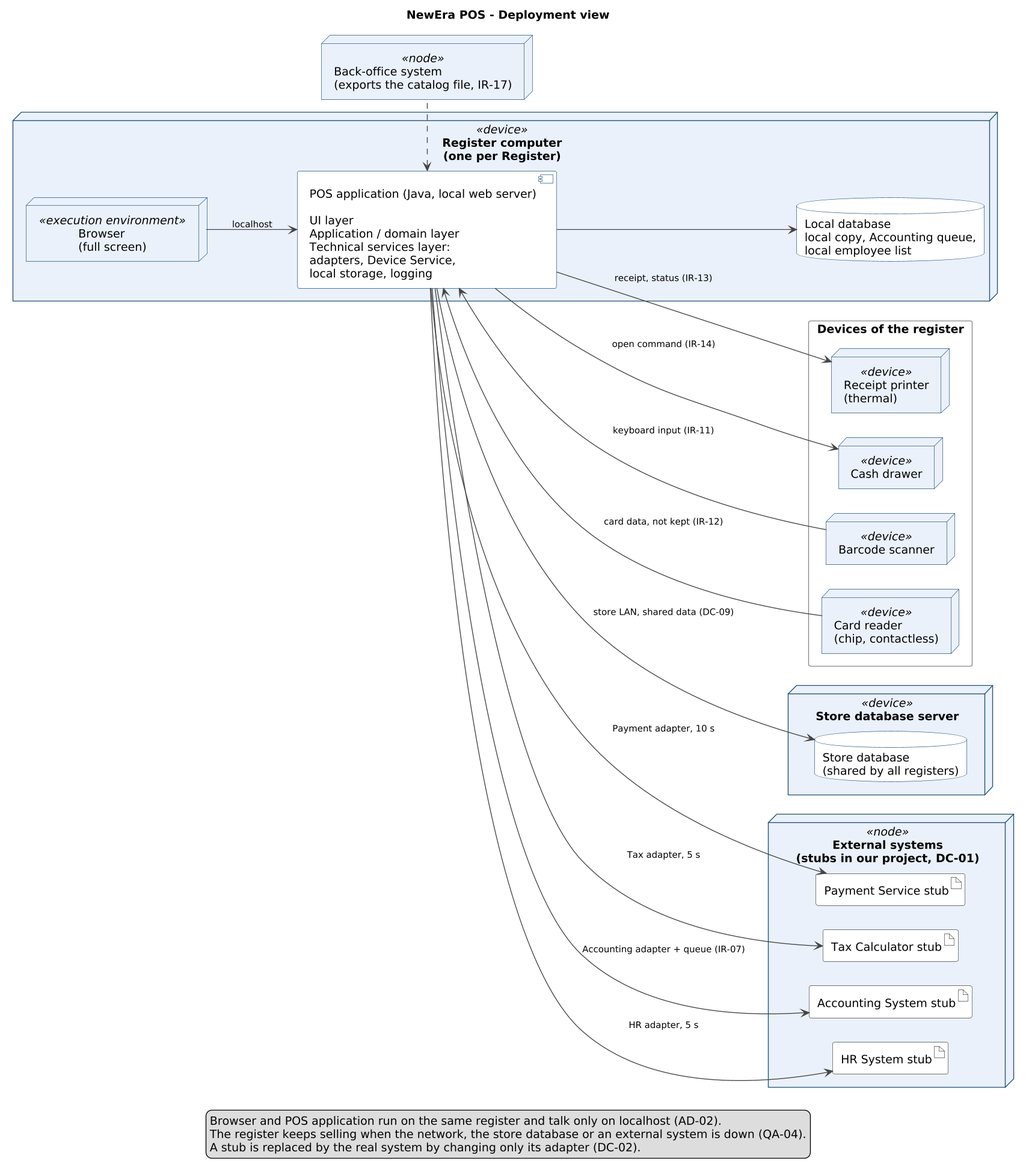
Before: assets/architecture_deployment.png, a diagram exported from PlantUML (bhsei/26D). Source of this version:
```plantuml
@startuml

left to right direction
skinparam shadowing false
skinparam dpi 130
skinparam defaultFontName Arial
skinparam ArrowColor #444444
skinparam ArrowFontSize 11
skinparam nodesep 30
skinparam ranksep 60
skinparam NodeBorderColor #1F4E79
skinparam NodeBackgroundColor #EAF1FB
skinparam ComponentBorderColor #1F4E79
skinparam ComponentBackgroundColor #FFFFFF
skinparam DatabaseBorderColor #1F4E79
skinparam DatabaseBackgroundColor #FFFFFF
skinparam ArtifactBorderColor #444444
skinparam ArtifactBackgroundColor #FFFFFF
skinparam RectangleBorderColor #888888
skinparam RectangleBackgroundColor #FFFFFF
skinparam NoteBackgroundColor #FFF8DC
skinparam NoteBorderColor #B8A04A

title NewEra POS - Deployment view

rectangle "Devices of the register" as Devices {
  node "Barcode scanner" as Scanner <<device>>
  node "Card reader\n(chip, contactless)" as CardReader <<device>>
  node "Receipt printer\n(thermal)" as Printer <<device>>
  node "Cash drawer" as Drawer <<device>>
}

node "Register computer\n(one per Register)" as Reg <<device>> {
  node "Browser\n(full screen)" as Browser <<execution environment>>
  component "POS application (Java, local web server)\n\nUI layer\nApplication / domain layer\nTechnical services layer:\nadapters, Device Service,\nlocal storage, logging" as Pos
  database "Local database\nlocal copy, Accounting queue,\nlocal employee list" as Local
}

node "Store database server" as StoreSrv <<device>> {
  database "Store database\n(shared by all registers)" as StoreDB
}

node "Back-office system\n(exports the catalog file, IR-17)" as BO <<node>>

node "External systems\n(stubs in our project, DC-01)" as Ext <<node>> {
  artifact "Payment Service stub" as PayStub
  artifact "Tax Calculator stub" as TaxStub
  artifact "Accounting System stub" as AccStub
  artifact "HR System stub" as HRStub
}

Scanner --> Pos : keyboard input (IR-11)
CardReader --> Pos : card data, not kept (IR-12)
Pos --> Printer : receipt, status (IR-13)
Pos --> Drawer : open command (IR-14)

Browser -down-> Pos : localhost
Pos -down-> Local

Pos --> StoreDB : store LAN, shared data (DC-09)
BO .left.> Pos

Pos --> PayStub : Payment adapter, 10 s
Pos --> TaxStub : Tax adapter, 5 s
Pos --> AccStub : Accounting adapter + queue (IR-07)
Pos --> HRStub : HR adapter, 5 s

legend bottom
  Browser and POS application run on the same register and talk only on localhost (AD-02).
  The register keeps selling when the network, the store database or an external system is down (QA-04).
  A stub is replaced by the real system by changing only its adapter (DC-02).
endlegend
@enduml
```
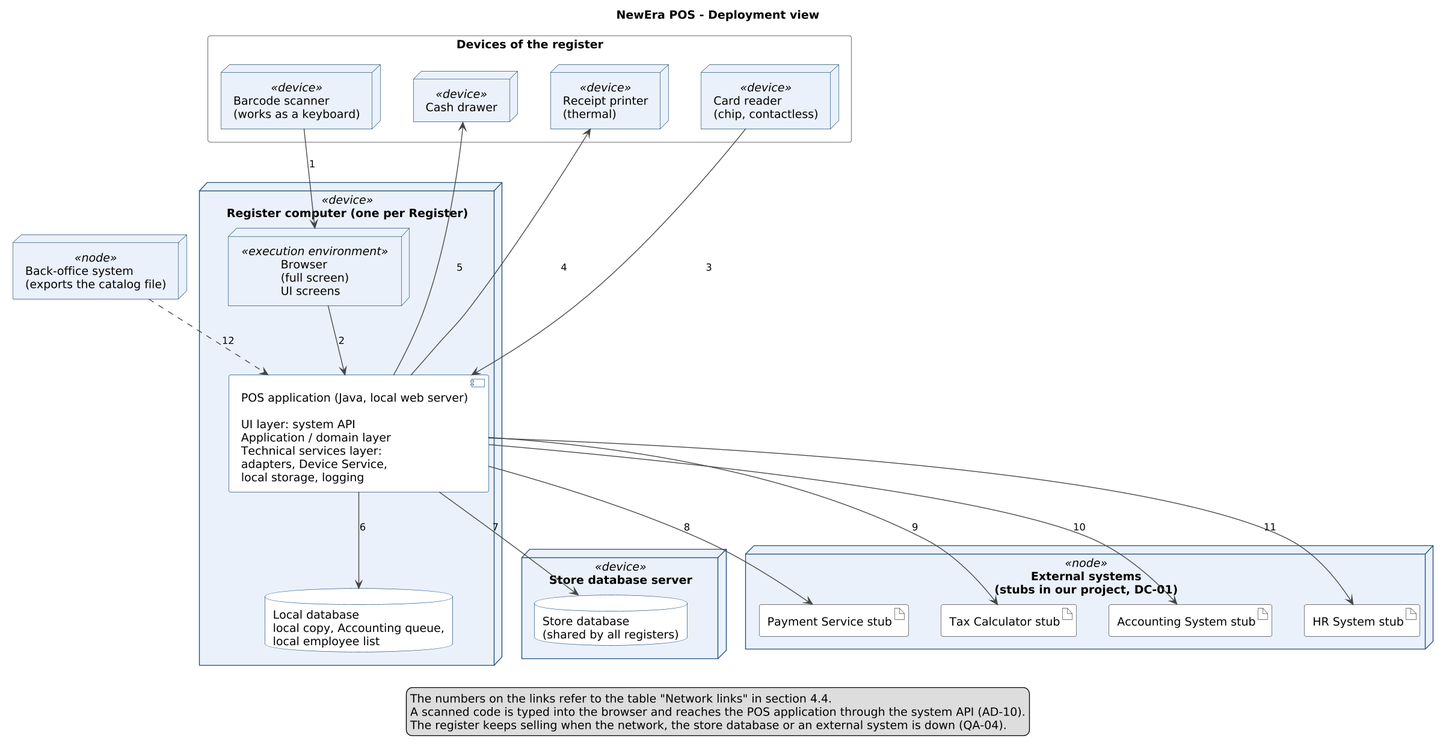
After the change.

Commit message:
W9 - Deployment diagram image; numbered links, scanner arrow to the browser (review of A2)

Diff of the diagram source:
```diff
@@ -1,13 +1,12 @@
 @startuml
 
-left to right direction
 skinparam shadowing false
 skinparam dpi 130
 skinparam defaultFontName Arial
 skinparam ArrowColor #444444
-skinparam ArrowFontSize 11
-skinparam nodesep 30
-skinparam ranksep 60
+skinparam ArrowFontSize 12
+skinparam nodesep 40
+skinparam ranksep 70
 skinparam NodeBorderColor #1F4E79
 skinparam NodeBackgroundColor #EAF1FB
 skinparam ComponentBorderColor #1F4E79
@@ -24,15 +23,15 @@
 title NewEra POS - Deployment view
 
 rectangle "Devices of the register" as Devices {
-  node "Barcode scanner" as Scanner <<device>>
+  node "Barcode scanner\n(works as a keyboard)" as Scanner <<device>>
   node "Card reader\n(chip, contactless)" as CardReader <<device>>
   node "Receipt printer\n(thermal)" as Printer <<device>>
   node "Cash drawer" as Drawer <<device>>
 }
 
-node "Register computer\n(one per Register)" as Reg <<device>> {
-  node "Browser\n(full screen)" as Browser <<execution environment>>
-  component "POS application (Java, local web server)\n\nUI layer\nApplication / domain layer\nTechnical services layer:\nadapters, Device Service,\nlocal storage, logging" as Pos
+node "Register computer (one per Register)" as Reg <<device>> {
+  node "Browser\n(full screen)\nUI screens" as Browser <<execution environment>>
+  component "POS application (Java, local web server)\n\nUI layer: system API\nApplication / domain layer\nTechnical services layer:\nadapters, Device Service,\nlocal storage, logging" as Pos
   database "Local database\nlocal copy, Accounting queue,\nlocal employee list" as Local
 }
 
@@ -40,7 +39,7 @@
   database "Store database\n(shared by all registers)" as StoreDB
 }
 
-node "Back-office system\n(exports the catalog file, IR-17)" as BO <<node>>
+node "Back-office system\n(exports the catalog file)" as BO <<node>>
 
 node "External systems\n(stubs in our project, DC-01)" as Ext <<node>> {
   artifact "Payment Service stub" as PayStub
@@ -49,25 +48,22 @@
   artifact "HR System stub" as HRStub
 }
 
-Scanner --> Pos : keyboard input (IR-11)
-CardReader --> Pos : card data, not kept (IR-12)
-Pos --> Printer : receipt, status (IR-13)
-Pos --> Drawer : open command (IR-14)
-
-Browser -down-> Pos : localhost
-Pos -down-> Local
-
-Pos --> StoreDB : store LAN, shared data (DC-09)
-BO .left.> Pos
-
-Pos --> PayStub : Payment adapter, 10 s
-Pos --> TaxStub : Tax adapter, 5 s
-Pos --> AccStub : Accounting adapter + queue (IR-07)
-Pos --> HRStub : HR adapter, 5 s
+Scanner -down-> Browser : 1
+Browser -down-> Pos : 2
+CardReader -down-> Pos : 3
+Pos -up-> Printer : 4
+Pos -up-> Drawer : 5
+Pos -down-> Local : 6
+Pos -down-> StoreDB : 7
+Pos -down-> PayStub : 8
+Pos -down-> TaxStub : 9
+Pos -down-> AccStub : 10
+Pos -down-> HRStub : 11
+BO .down.> Pos : 12
 
 legend bottom
-  Browser and POS application run on the same register and talk only on localhost (AD-02).
+  The numbers on the links refer to the table "Network links" in section 4.4.
+  A scanned code is typed into the browser and reaches the POS application through the system API (AD-10).
   The register keeps selling when the network, the store database or an external system is down (QA-04).
-  A stub is replaced by the real system by changing only its adapter (DC-02).
 endlegend
 @enduml
```
